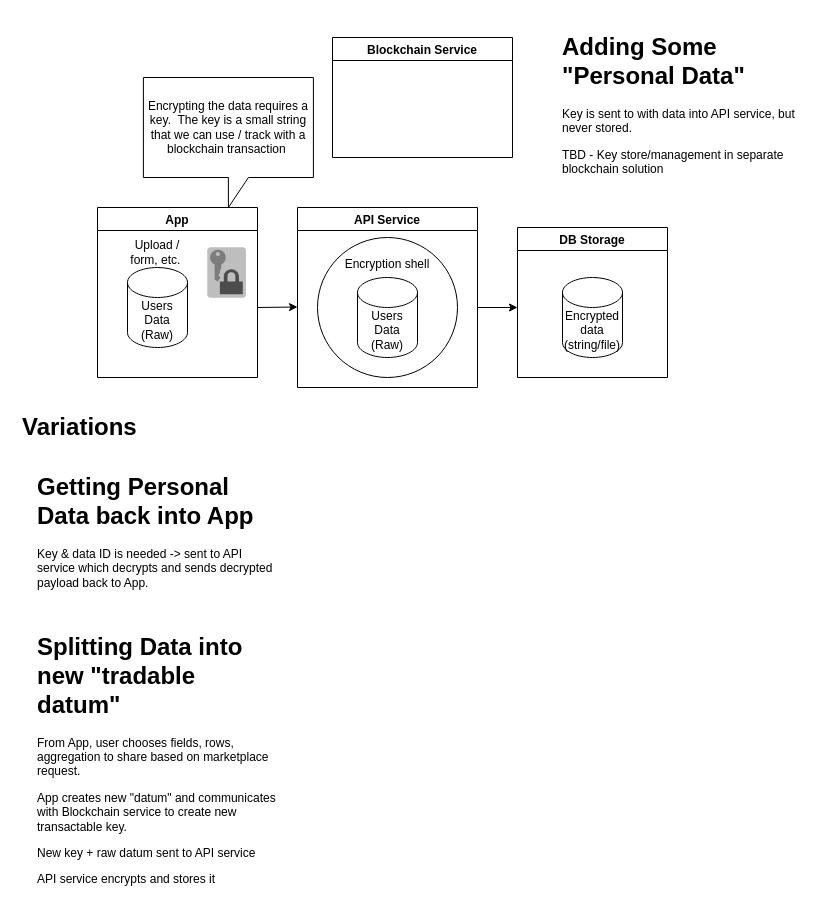
Above: Untitled Diagram.drawio in joshpitkin/rmgta (draw.io), before the change. Source tidied: cells renumbered, new cells numbered last; positions are measured from the earlier drawing's top-left corner, leaving out a move shared by most shapes. Both pictures are drawn from the tidied source at 100%, with x=0, y=0 at pixel (17, 27).
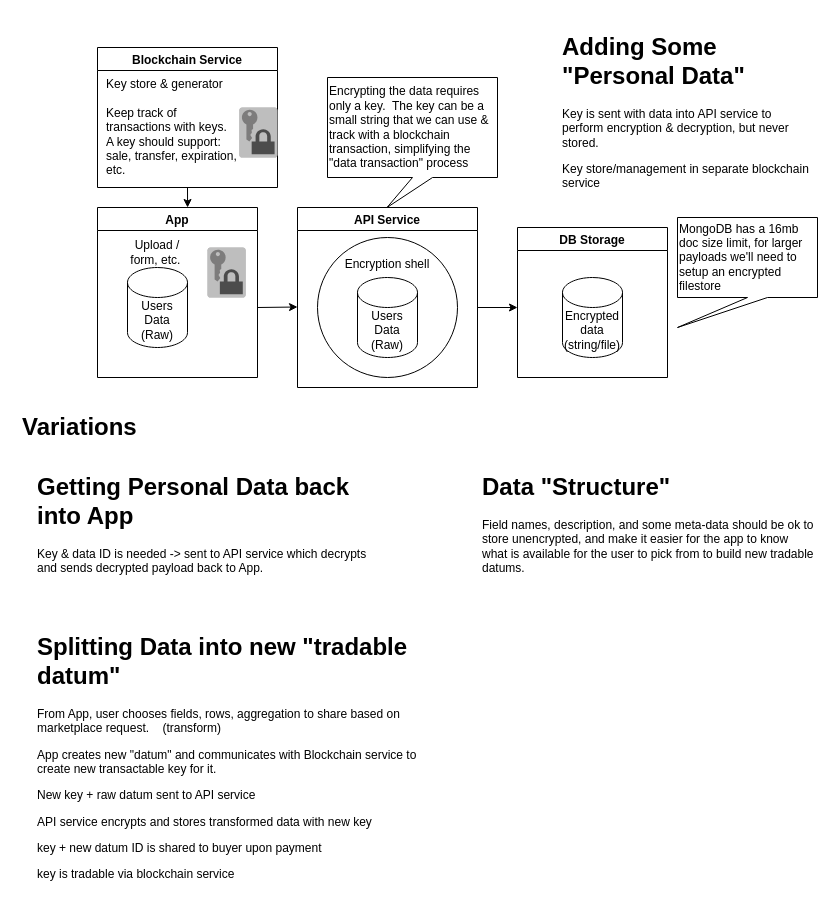
After the change.

Unchanged cells that the change refers to:
```xml
<mxCell id="9" value="App" style="swimlane;startSize=23;" parent="1" vertex="1">
  <mxGeometry x="80" y="180" width="160" height="170" as="geometry" />
</mxCell>
```

What changed in the source:
```diff
@@
-    <mxCell id="4" value="Encrypting the data requires a key.&amp;nbsp; The key is a small string that we can use / track with a blockchain transaction&amp;nbsp;" style="shape=callout;whiteSpace=wrap;html=1;perimeter=calloutPerimeter;" parent="1" vertex="1">
-      <mxGeometry x="125.9" y="50" width="170" height="130" as="geometry" />
+    <mxCell id="4" value="Encrypting the data requires only a key.&amp;nbsp; The key can be a small string that we can use &amp;amp; track with a blockchain transaction, simplifying the &quot;data transaction&quot; process" style="shape=callout;whiteSpace=wrap;html=1;perimeter=calloutPerimeter;position2=0.35;align=left;" parent="1" vertex="1">
+      <mxGeometry x="310" y="50" width="170" height="130" as="geometry" />
     </mxCell>
@@
-    <mxCell id="15" value="&lt;h1&gt;Adding Some &quot;Personal Data&quot;&amp;nbsp;&lt;/h1&gt;&lt;p&gt;Key is sent to with data into API service, but never stored.&lt;/p&gt;&lt;p&gt;TBD - Key store/management in separate blockchain solution&lt;/p&gt;" style="text;html=1;strokeColor=none;fillColor=none;spacing=5;spacingTop=-20;whiteSpace=wrap;overflow=hidden;rounded=0;" parent="1" vertex="1">
-      <mxGeometry x="540" width="250" height="150" as="geometry" />
+    <mxCell id="15" value="&lt;h1&gt;Adding Some &quot;Personal Data&quot;&amp;nbsp;&lt;/h1&gt;&lt;p&gt;Key is sent with data into API service to perform encryption &amp;amp; decryption, but never stored.&lt;/p&gt;&lt;p&gt;Key store/management in separate blockchain service&lt;/p&gt;" style="text;html=1;strokeColor=none;fillColor=none;spacing=5;spacingTop=-20;whiteSpace=wrap;overflow=hidden;rounded=0;" parent="1" vertex="1">
+      <mxGeometry x="540" width="260" height="180" as="geometry" />
     </mxCell>
-    <mxCell id="16" value="&lt;h1&gt;Getting Personal Data back into App&amp;nbsp;&lt;/h1&gt;&lt;p&gt;Key &amp;amp; data ID is needed -&amp;gt; sent to API service which decrypts and sends decrypted payload back to App.&amp;nbsp;&lt;/p&gt;" style="text;html=1;strokeColor=none;fillColor=none;spacing=5;spacingTop=-20;whiteSpace=wrap;overflow=hidden;rounded=0;" parent="1" vertex="1">
-      <mxGeometry x="15" y="440" width="250" height="150" as="geometry" />
+    <mxCell id="16" value="&lt;h1&gt;Getting Personal Data back into App&amp;nbsp;&lt;/h1&gt;&lt;p&gt;Key &amp;amp; data ID is needed -&amp;gt; sent to API service which decrypts and sends decrypted payload back to App.&amp;nbsp;&lt;/p&gt;&lt;p&gt;&lt;br&gt;&lt;/p&gt;" style="text;html=1;strokeColor=none;fillColor=none;spacing=5;spacingTop=-20;whiteSpace=wrap;overflow=hidden;rounded=0;" parent="1" vertex="1">
+      <mxGeometry x="15" y="440" width="345" height="150" as="geometry" />
     </mxCell>
-    <mxCell id="17" value="&lt;h1&gt;Splitting Data into new &quot;tradable datum&quot;&amp;nbsp;&lt;/h1&gt;&lt;p&gt;From App, user chooses fields, rows, aggregation to share based on marketplace request.&amp;nbsp; &amp;nbsp;&amp;nbsp;&lt;/p&gt;&lt;p&gt;App creates new &quot;datum&quot; and communicates with Blockchain service to create new transactable key.&lt;/p&gt;&lt;p&gt;New key + raw datum sent to API service&lt;/p&gt;&lt;p&gt;API service encrypts and stores it&lt;/p&gt;" style="text;html=1;strokeColor=none;fillColor=none;spacing=5;spacingTop=-20;whiteSpace=wrap;overflow=hidden;rounded=0;" parent="1" vertex="1">
-      <mxGeometry x="15" y="600" width="250" height="280" as="geometry" />
+    <mxCell id="17" value="&lt;h1&gt;Splitting Data into new &quot;tradable datum&quot;&amp;nbsp;&lt;/h1&gt;&lt;p&gt;From App, user chooses fields, rows, aggregation to share based on marketplace request.&amp;nbsp; &amp;nbsp; (transform)&lt;/p&gt;&lt;p&gt;App creates new &quot;datum&quot; and communicates with Blockchain service to create new transactable key for it.&lt;/p&gt;&lt;p&gt;New key + raw datum sent to API service&lt;/p&gt;&lt;p&gt;API service encrypts and stores transformed data with new key&lt;/p&gt;&lt;p&gt;key + new datum ID is shared to buyer upon payment&lt;/p&gt;&lt;p&gt;key is tradable via blockchain service&lt;/p&gt;" style="text;html=1;strokeColor=none;fillColor=none;spacing=5;spacingTop=-20;whiteSpace=wrap;overflow=hidden;rounded=0;" parent="1" vertex="1">
+      <mxGeometry x="15" y="600" width="395" height="280" as="geometry" />
     </mxCell>
     <mxCell id="18" value="Blockchain Service" style="swimlane;startSize=23;" parent="1" vertex="1">
-      <mxGeometry x="315" y="10" width="180" height="120" as="geometry" />
+      <mxGeometry x="80" y="20" width="180" height="140" as="geometry" />
     </mxCell>
+    <mxCell id="19" style="dashed=0;verticalLabelPosition=bottom;verticalAlign=top;align=center;html=1;shape=mxgraph.aws3.data_encryption_key;fillColor=#7D7C7C;gradientColor=none;" parent="18" vertex="1">
+      <mxGeometry x="141.8" y="60" width="38.2" height="50" as="geometry" />
+    </mxCell>
+    <mxCell id="20" value="Key store &amp;amp; generator&lt;br&gt;&lt;br&gt;Keep track of transactions with keys.&amp;nbsp; A key should support: sale, transfer, expiration, etc." style="text;html=1;strokeColor=none;fillColor=none;align=left;verticalAlign=middle;whiteSpace=wrap;rounded=0;" parent="18" vertex="1">
+      <mxGeometry x="6.8" y="40" width="135" height="80" as="geometry" />
+    </mxCell>
+    <mxCell id="21" value="&lt;h1&gt;Data &quot;Structure&quot;&amp;nbsp;&lt;/h1&gt;&lt;p&gt;Field names, description, and some meta-data should be ok to store unencrypted, and make it easier for the app to know what is available for the user to pick from to build new tradable datums.&lt;/p&gt;" style="text;html=1;strokeColor=none;fillColor=none;spacing=5;spacingTop=-20;whiteSpace=wrap;overflow=hidden;rounded=0;" parent="1" vertex="1">
+      <mxGeometry x="460" y="440" width="340" height="150" as="geometry" />
+    </mxCell>
+    <mxCell id="22" style="endArrow=classic;html=1;rounded=0;entryX=0.563;entryY=0;entryDx=0;entryDy=0;entryPerimeter=0;exitX=0.5;exitY=1;exitDx=0;exitDy=0;" parent="1" edge="1" source="18" target="9">
+      <mxGeometry relative="1" as="geometry" />
+    </mxCell>
+    <mxCell id="23" value="MongoDB has a 16mb doc size limit, for larger payloads we'll need to setup an encrypted filestore&amp;nbsp;" style="shape=callout;whiteSpace=wrap;html=1;perimeter=calloutPerimeter;align=left;position2=0;" parent="1" vertex="1">
+      <mxGeometry x="660" y="190" width="140" height="110" as="geometry" />
+    </mxCell>
```
